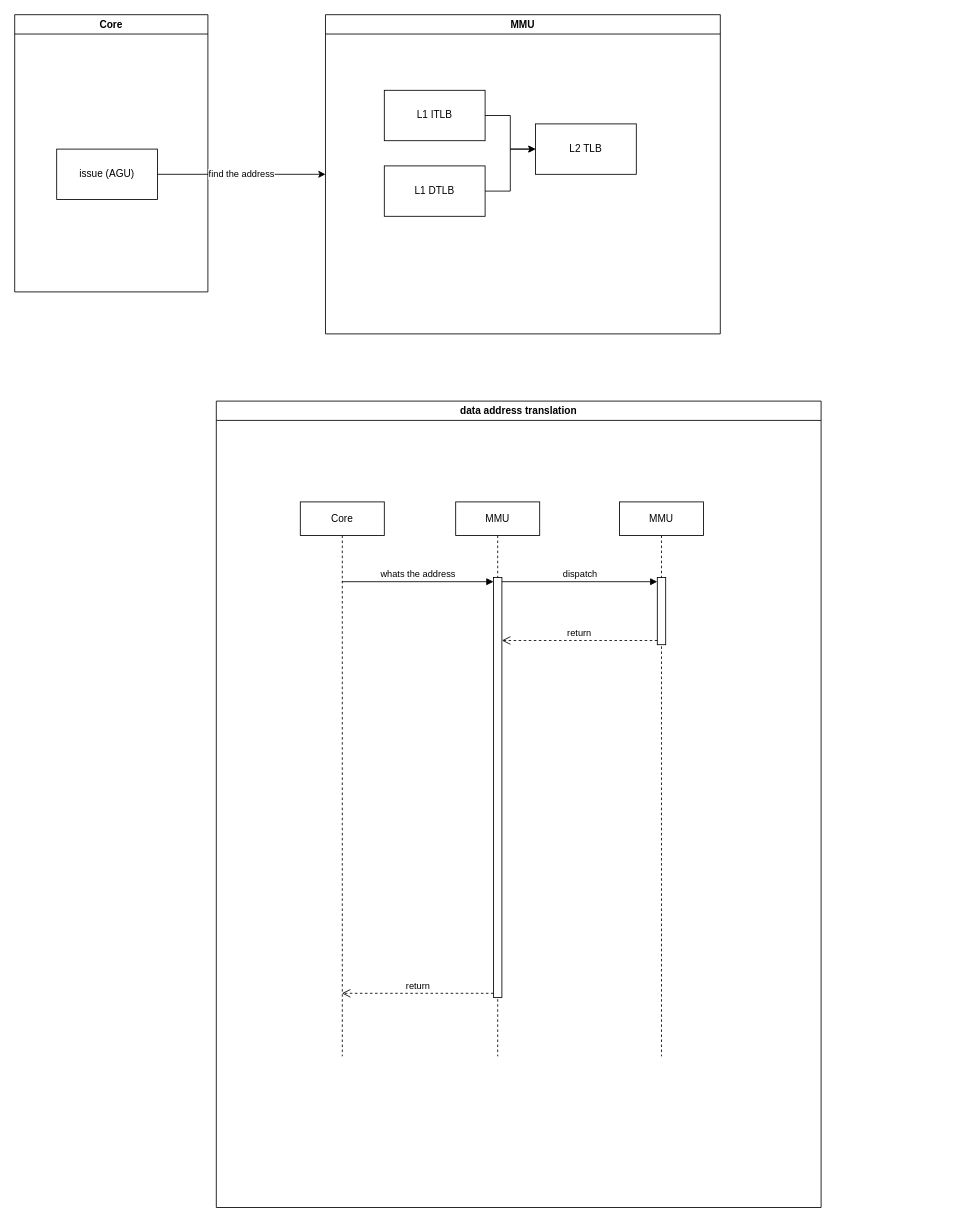
This is drawio/tlb tracker.drawio from JelteDirks/graduation-graphs, a draw.io file, before an edit. Source tidied: cells renumbered, new cells numbered last; positions are measured from the earlier drawing's top-left corner, leaving out a move shared by most shapes. Both pictures are drawn from the tidied source at 84%, with x=0, y=0 at pixel (14, 14).
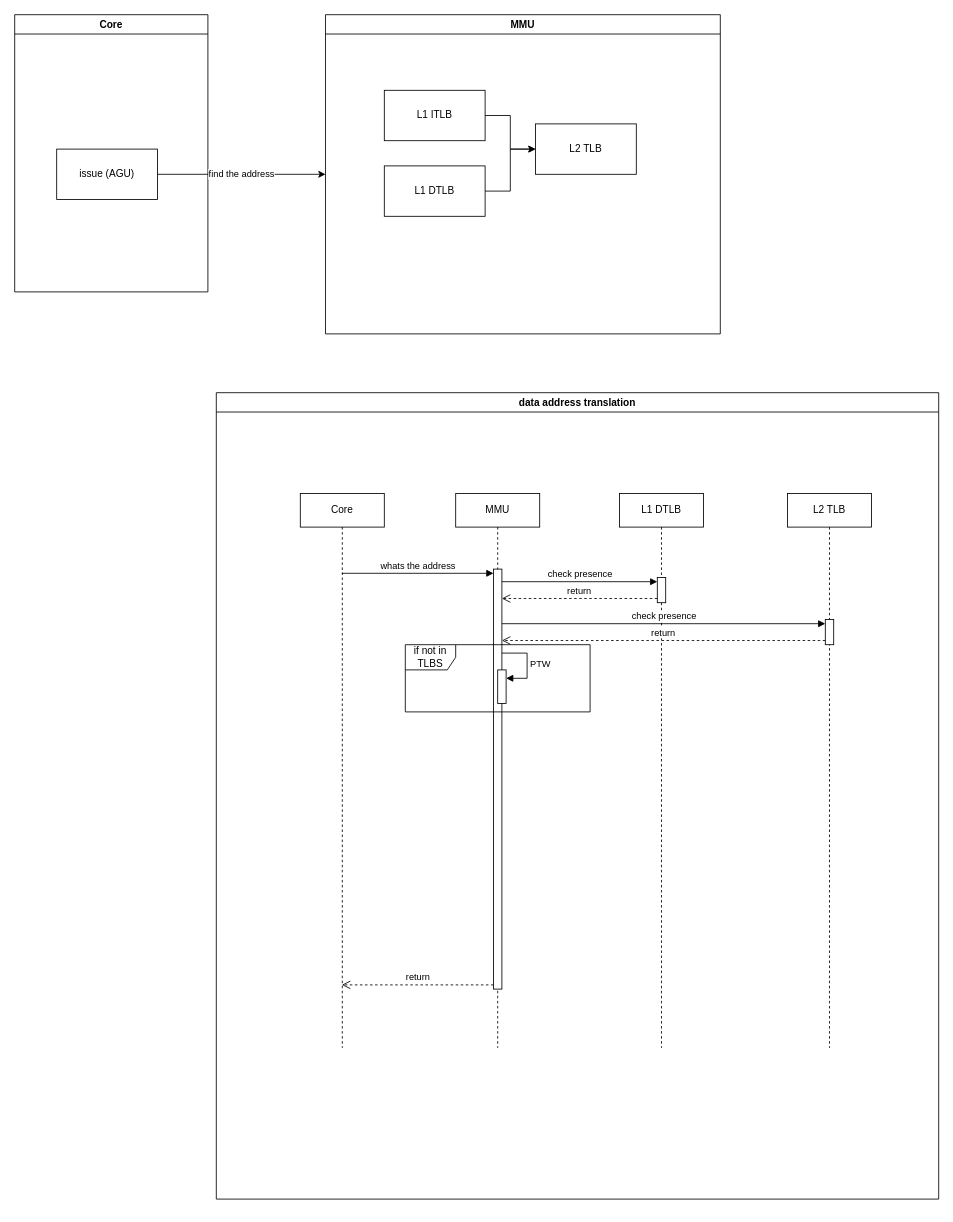
The same diagram, later.

The change refers to these unchanged cells:
```xml
<mxCell id="13" value="MMU" style="shape=umlLifeline;perimeter=lifelinePerimeter;whiteSpace=wrap;html=1;newEdgeStyle={&quot;curved&quot;:0,&quot;rounded&quot;:0};" parent="11" vertex="1">
  <mxGeometry x="285" y="120" width="100" height="660" as="geometry" />
</mxCell>
<mxCell id="14" style="html=1;points=[[0,0,0,0,5],[0,1,0,0,-5],[1,0,0,0,5],[1,1,0,0,-5]];perimeter=orthogonalPerimeter;outlineConnect=0;targetShapes=umlLifeline;portConstraint=eastwest;newEdgeStyle={&quot;curved&quot;:0,&quot;rounded&quot;:0};" parent="13" vertex="1">
  <mxGeometry x="45" y="90" width="10" height="500" as="geometry" />
</mxCell>
```

Diff of the diagram source:
```diff
@@
     <mxCell id="11" value="data address translation" style="swimlane;whiteSpace=wrap;html=1;" parent="1" vertex="1">
-      <mxGeometry x="240" y="460" width="720" height="960" as="geometry" />
+      <mxGeometry x="240" y="450" width="860" height="960" as="geometry" />
     </mxCell>
@@
+    <mxCell id="21" style="html=1;points=[[0,0,0,0,5],[0,1,0,0,-5],[1,0,0,0,5],[1,1,0,0,-5]];perimeter=orthogonalPerimeter;outlineConnect=0;targetShapes=umlLifeline;portConstraint=eastwest;newEdgeStyle={&quot;curved&quot;:0,&quot;rounded&quot;:0};" parent="13" vertex="1">
+      <mxGeometry x="50" y="210" width="10" height="40" as="geometry" />
+    </mxCell>
+    <mxCell id="22" value="PTW" style="html=1;align=left;spacingLeft=2;endArrow=block;rounded=0;edgeStyle=orthogonalEdgeStyle;curved=0;rounded=0;" parent="13" edge="1" target="21">
+      <mxGeometry relative="1" as="geometry">
+        <mxPoint x="55" y="190" as="sourcePoint" />
+        <Array as="points">
+          <mxPoint x="85" y="220" />
+        </Array>
+      </mxGeometry>
+    </mxCell>
@@
-    <mxCell id="17" value="MMU" style="shape=umlLifeline;perimeter=lifelinePerimeter;whiteSpace=wrap;html=1;newEdgeStyle={&quot;curved&quot;:0,&quot;rounded&quot;:0};" parent="11" vertex="1">
+    <mxCell id="17" value="L1 DTLB" style="shape=umlLifeline;perimeter=lifelinePerimeter;whiteSpace=wrap;html=1;newEdgeStyle={&quot;curved&quot;:0,&quot;rounded&quot;:0};" parent="11" vertex="1">
       <mxGeometry x="480" y="120" width="100" height="660" as="geometry" />
     </mxCell>
     <mxCell id="18" style="html=1;points=[[0,0,0,0,5],[0,1,0,0,-5],[1,0,0,0,5],[1,1,0,0,-5]];perimeter=orthogonalPerimeter;outlineConnect=0;targetShapes=umlLifeline;portConstraint=eastwest;newEdgeStyle={&quot;curved&quot;:0,&quot;rounded&quot;:0};" parent="17" vertex="1">
-      <mxGeometry x="45" y="90" width="10" height="80" as="geometry" />
+      <mxGeometry x="45" y="100" width="10" height="30" as="geometry" />
     </mxCell>
-    <mxCell id="19" value="dispatch" style="html=1;verticalAlign=bottom;endArrow=block;curved=0;rounded=0;entryX=0;entryY=0;entryDx=0;entryDy=5;" parent="11" edge="1" source="14" target="18">
+    <mxCell id="19" value="check presence" style="html=1;verticalAlign=bottom;endArrow=block;curved=0;rounded=0;entryX=0;entryY=0;entryDx=0;entryDy=5;" parent="11" edge="1" source="14" target="18">
       <mxGeometry relative="1" as="geometry" />
     </mxCell>
@@
+    <mxCell id="23" value="L2 TLB" style="shape=umlLifeline;perimeter=lifelinePerimeter;whiteSpace=wrap;html=1;newEdgeStyle={&quot;curved&quot;:0,&quot;rounded&quot;:0};" parent="11" vertex="1">
+      <mxGeometry x="680" y="120" width="100" height="660" as="geometry" />
+    </mxCell>
+    <mxCell id="24" style="html=1;points=[[0,0,0,0,5],[0,1,0,0,-5],[1,0,0,0,5],[1,1,0,0,-5]];perimeter=orthogonalPerimeter;outlineConnect=0;targetShapes=umlLifeline;portConstraint=eastwest;newEdgeStyle={&quot;curved&quot;:0,&quot;rounded&quot;:0};" parent="23" vertex="1">
+      <mxGeometry x="45" y="150" width="10" height="30" as="geometry" />
+    </mxCell>
+    <mxCell id="25" value="check presence" style="html=1;verticalAlign=bottom;endArrow=block;curved=0;rounded=0;entryX=0;entryY=0;entryDx=0;entryDy=5;" parent="11" edge="1" source="14" target="24">
+      <mxGeometry relative="1" as="geometry" />
+    </mxCell>
+    <mxCell id="26" value="return" style="html=1;verticalAlign=bottom;endArrow=open;dashed=1;endSize=8;curved=0;rounded=0;exitX=0;exitY=1;exitDx=0;exitDy=-5;" parent="11" edge="1" source="24" target="14">
+      <mxGeometry relative="1" as="geometry" />
+    </mxCell>
+    <mxCell id="27" value="if not in TLBS" style="shape=umlFrame;whiteSpace=wrap;html=1;" parent="11" vertex="1">
+      <mxGeometry x="225" y="300" width="220" height="80" as="geometry" />
+    </mxCell>
```
